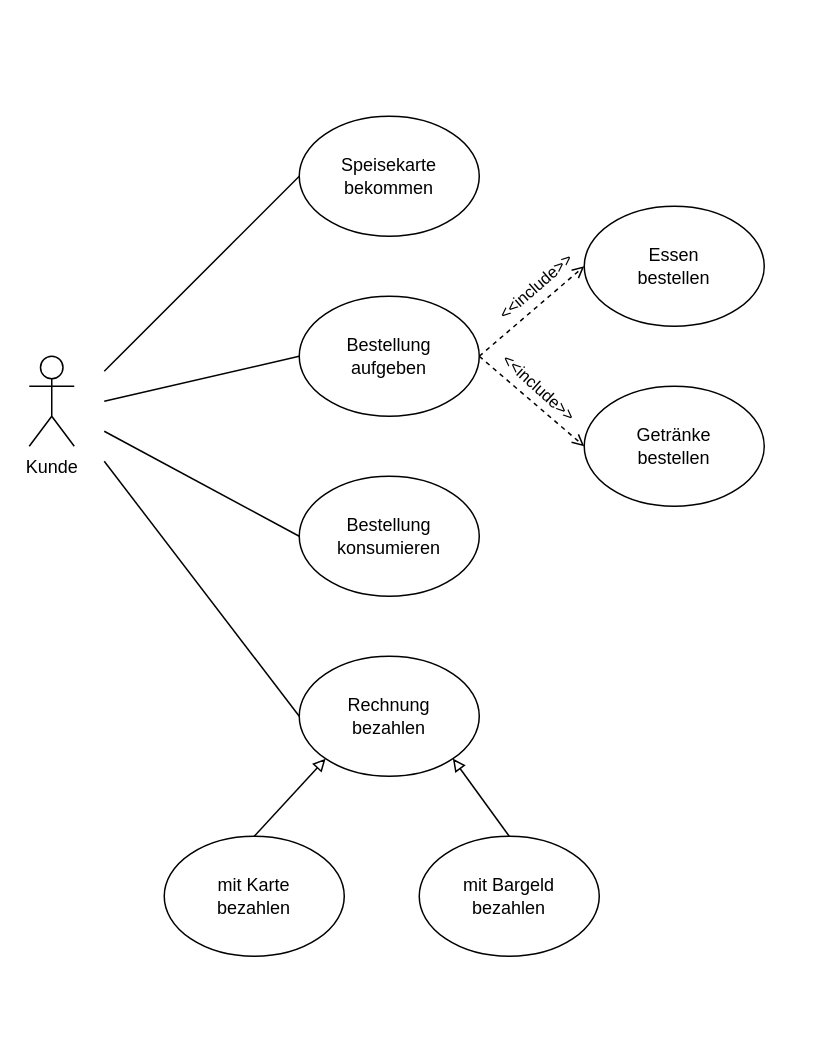
The draw.io diagram Tag_3/Restaurant.drawio in McLutzifer/WIFI_SW-Engineering, before the edit. Source tidied: cells renumbered, new cells numbered last; positions are measured from the earlier drawing's top-left corner, leaving out a move shared by most shapes. Both pictures are drawn from the tidied source at 150%, with x=0, y=0 at pixel (28, 116).
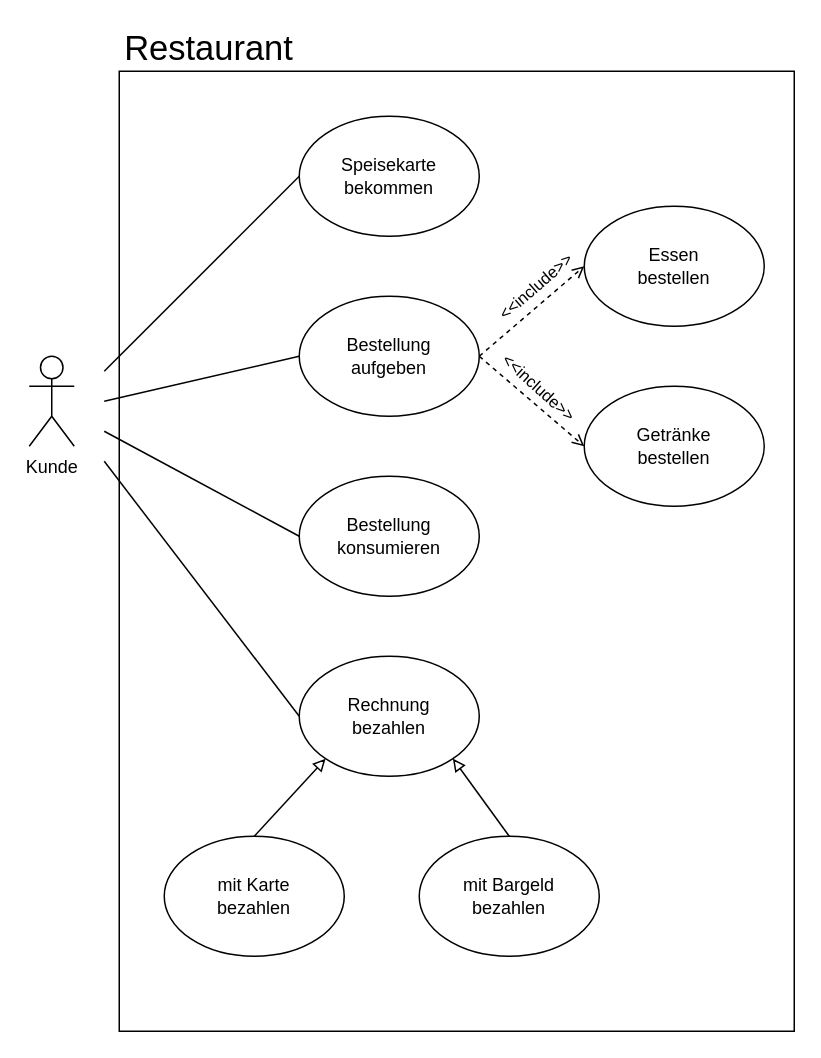
The same diagram, later.

Diff of the diagram source:
```diff
@@
+    <mxCell id="21" style="rounded=0;whiteSpace=wrap;html=1;" parent="1" vertex="1">
+      <mxGeometry x="60" y="-30" width="450" height="640" as="geometry" />
+    </mxCell>
@@
+    <mxCell id="22" value="&lt;font style=&quot;font-size: 23px;&quot;&gt;Restaurant&lt;/font&gt;" style="text;html=1;strokeColor=none;fillColor=none;align=center;verticalAlign=middle;whiteSpace=wrap;rounded=0;" parent="1" vertex="1">
+      <mxGeometry x="90" y="-60" width="60" height="30" as="geometry" />
+    </mxCell>
```
